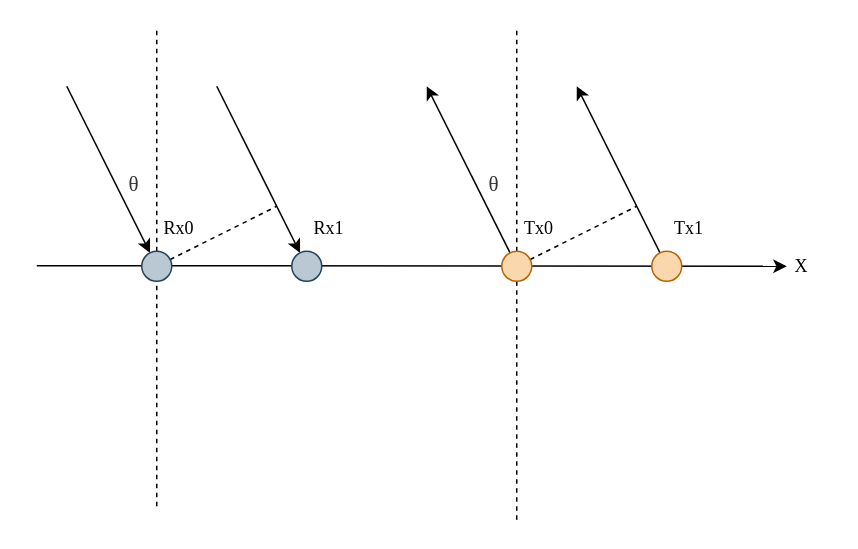
Before: page "第 2 页" (2 of 5) of paper.drawio in yxalkaid/drawio-storage, a draw.io diagram. Source tidied: cells renumbered, new cells numbered last; positions are measured from the earlier drawing's top-left corner, leaving out a move shared by most shapes. Both pictures are drawn from the tidied source at 150%, with x=0, y=0 at pixel (36, 26).
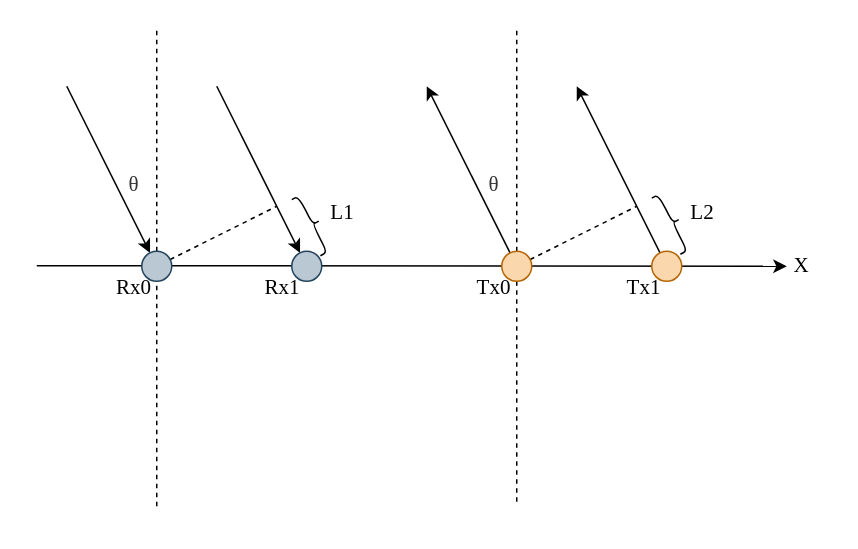
Above is the later version.

The change refers to these unchanged cells:
```xml
<mxCell id="17" style="ellipse;whiteSpace=wrap;html=1;fillColor=#fad7ac;strokeColor=#b46504;" parent="1" vertex="1">
  <mxGeometry x="310" y="150" width="20" height="20" as="geometry" />
</mxCell>
```

The edit, as a diff of the source:
```diff
@@
-    <mxCell id="11" value="&lt;font face=&quot;Times New Roman&quot;&gt;Rx1&lt;/font&gt;" style="text;html=1;whiteSpace=wrap;strokeColor=none;fillColor=none;align=center;verticalAlign=middle;rounded=0;" parent="1" vertex="1">
-      <mxGeometry x="180" y="120" width="30" height="30" as="geometry" />
-    </mxCell>
-    <mxCell id="12" value="&lt;font face=&quot;Times New Roman&quot;&gt;Rx0&lt;/font&gt;" style="text;html=1;whiteSpace=wrap;strokeColor=none;fillColor=none;align=center;verticalAlign=middle;rounded=0;" parent="1" vertex="1">
-      <mxGeometry x="80" y="120" width="30" height="30" as="geometry" />
+    <mxCell id="12" value="&lt;font face=&quot;Times New Roman&quot; style=&quot;font-size: 14px;&quot;&gt;Rx0&lt;/font&gt;" style="text;html=1;whiteSpace=wrap;strokeColor=none;fillColor=none;align=center;verticalAlign=middle;rounded=0;" parent="1" vertex="1">
+      <mxGeometry x="50" y="160" width="30" height="30" as="geometry" />
     </mxCell>
@@
     <mxCell id="14" style="edgeStyle=orthogonalEdgeStyle;rounded=0;jettySize=auto;html=1;endArrow=none;endFill=0;dashed=1;" parent="1" edge="1" source="17">
       <mxGeometry relative="1" as="geometry">
-        <mxPoint x="320" y="330" as="targetPoint" />
+        <mxPoint x="320" y="320" as="targetPoint" />
       </mxGeometry>
     </mxCell>
@@
+    <mxCell id="23" value="&lt;font face=&quot;Times New Roman&quot; style=&quot;font-size: 14px;&quot;&gt;X&lt;/font&gt;" style="text;html=1;whiteSpace=wrap;strokeColor=none;fillColor=none;align=center;verticalAlign=middle;rounded=0;" parent="1" vertex="1">
+      <mxGeometry x="490" y="140" width="40" height="40" as="geometry" />
+    </mxCell>
+    <mxCell id="24" style="shape=curlyBracket;whiteSpace=wrap;html=1;rounded=1;flipH=1;labelPosition=right;verticalLabelPosition=middle;align=left;verticalAlign=middle;legacyAnchorPoints=0;rotation=333;size=0.5;" parent="1" vertex="1">
+      <mxGeometry x="179" y="111" width="10" height="42" as="geometry" />
+    </mxCell>
+    <mxCell id="11" value="&lt;font face=&quot;Times New Roman&quot; style=&quot;font-size: 14px;&quot;&gt;Rx1&lt;/font&gt;" style="text;html=1;whiteSpace=wrap;strokeColor=none;fillColor=none;align=center;verticalAlign=middle;rounded=0;" parent="1" vertex="1">
+      <mxGeometry x="149" y="160" width="30" height="30" as="geometry" />
+    </mxCell>
-    <mxCell id="21" value="&lt;font face=&quot;Times New Roman&quot;&gt;Tx0&lt;/font&gt;" style="text;html=1;whiteSpace=wrap;strokeColor=none;fillColor=none;align=center;verticalAlign=middle;rounded=0;" parent="1" vertex="1">
-      <mxGeometry x="320" y="120" width="30" height="30" as="geometry" />
+    <mxCell id="21" value="&lt;font face=&quot;Times New Roman&quot; style=&quot;font-size: 14px;&quot;&gt;Tx0&lt;/font&gt;" style="text;html=1;whiteSpace=wrap;strokeColor=none;fillColor=none;align=center;verticalAlign=middle;rounded=0;" parent="1" vertex="1">
+      <mxGeometry x="290" y="160" width="30" height="30" as="geometry" />
     </mxCell>
-    <mxCell id="22" value="&lt;font face=&quot;Times New Roman&quot;&gt;Tx1&lt;/font&gt;" style="text;html=1;whiteSpace=wrap;strokeColor=none;fillColor=none;align=center;verticalAlign=middle;rounded=0;" parent="1" vertex="1">
-      <mxGeometry x="420" y="120" width="30" height="30" as="geometry" />
+    <mxCell id="22" value="&lt;font face=&quot;Times New Roman&quot; style=&quot;font-size: 14px;&quot;&gt;Tx1&lt;/font&gt;" style="text;html=1;whiteSpace=wrap;strokeColor=none;fillColor=none;align=center;verticalAlign=middle;rounded=0;" parent="1" vertex="1">
+      <mxGeometry x="390" y="160" width="30" height="30" as="geometry" />
     </mxCell>
-    <mxCell id="23" value="&lt;font face=&quot;Times New Roman&quot;&gt;X&lt;/font&gt;" style="text;html=1;whiteSpace=wrap;strokeColor=none;fillColor=none;align=center;verticalAlign=middle;rounded=0;" parent="1" vertex="1">
-      <mxGeometry x="490" y="140" width="40" height="40" as="geometry" />
-    </mxCell>
+    <mxCell id="25" value="&lt;font face=&quot;Times New Roman&quot;&gt;&lt;span style=&quot;font-size: 14px;&quot;&gt;L1&lt;/span&gt;&lt;/font&gt;" style="text;html=1;whiteSpace=wrap;strokeColor=none;fillColor=none;align=center;verticalAlign=middle;rounded=0;" parent="1" vertex="1">
+      <mxGeometry x="189" y="110" width="30" height="30" as="geometry" />
+    </mxCell>
+    <mxCell id="26" style="shape=curlyBracket;whiteSpace=wrap;html=1;rounded=1;flipH=1;labelPosition=right;verticalLabelPosition=middle;align=left;verticalAlign=middle;legacyAnchorPoints=0;rotation=333;size=0.5;" parent="1" vertex="1">
+      <mxGeometry x="419" y="110" width="10" height="42" as="geometry" />
+    </mxCell>
+    <mxCell id="27" value="&lt;font face=&quot;Times New Roman&quot;&gt;&lt;span style=&quot;font-size: 14px;&quot;&gt;L2&lt;/span&gt;&lt;/font&gt;" style="text;html=1;whiteSpace=wrap;strokeColor=none;fillColor=none;align=center;verticalAlign=middle;rounded=0;" parent="1" vertex="1">
+      <mxGeometry x="429" y="110" width="30" height="30" as="geometry" />
+    </mxCell>
```
